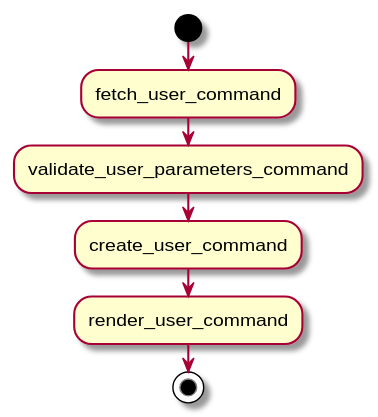
This is build/uml/user_post_controller.svg from arpb2/C-3PO, a PlantUML export, as it was before one commit. Its diagram source:
```plantuml
@startuml
start
:fetch_user_command;
:validate_user_parameters_command;
:create_user_command;
:render_user_command;
stop
@enduml
```
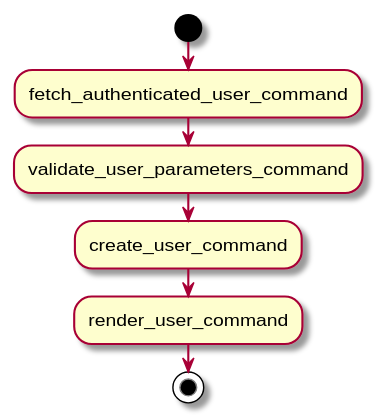
Above is the later version.

Diff of the diagram source:
```diff
@@ -1,6 +1,6 @@
 @startuml
 start
-:fetch_user_command;
+:fetch_authenticated_user_command;
 :validate_user_parameters_command;
 :create_user_command;
 :render_user_command;
```
